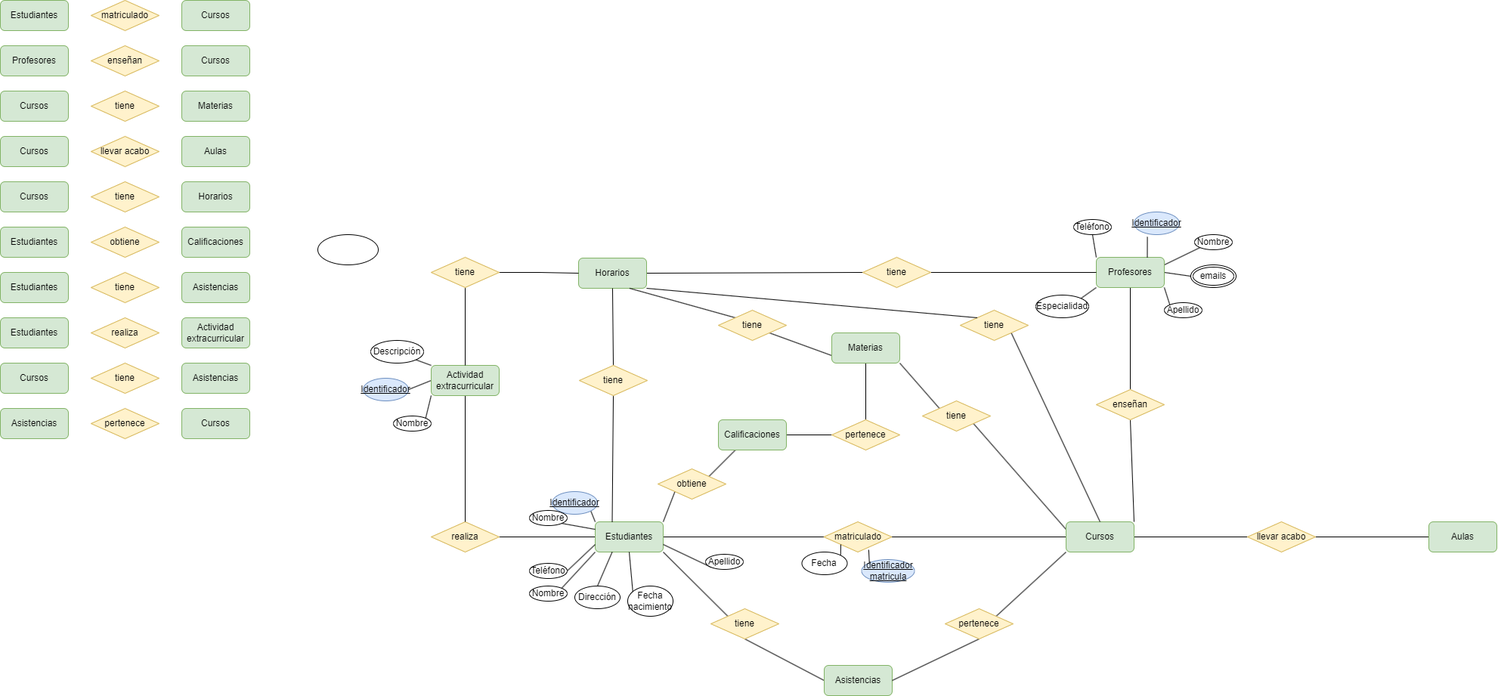
Above: Unidad-1/Tareas/Tareas-evaluables/Tarea-evaluable-1/Ejercicio-evaluable-1.drawio.png in LuisMGlez/base-datos (draw.io), before the change. Source tidied: cells renumbered, new cells last; positions are measured from the earlier drawing's top-left corner, leaving out a move shared by most shapes.
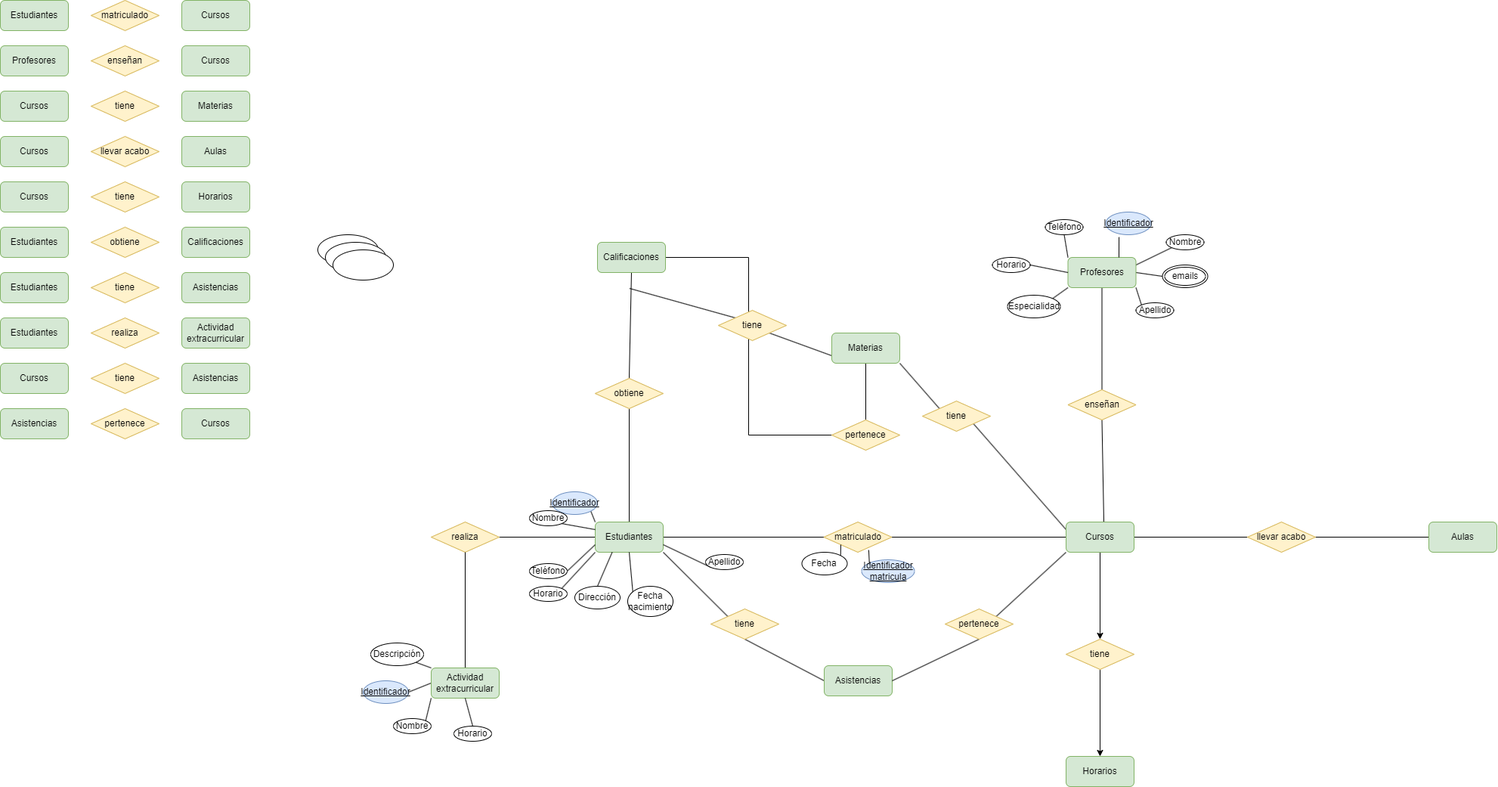
Above is the later version.

Diff of the diagram source:
```diff
@@ -92,7 +92,7 @@
     <mxCell id="31" style="edgeStyle=orthogonalEdgeStyle;rounded=0;jettySize=auto;html=1;exitX=0;exitY=0.5;exitDx=0;exitDy=0;entryX=1;entryY=0.5;entryDx=0;entryDy=0;endArrow=none;endFill=0;" parent="1" edge="1" source="33" target="68">
       <mxGeometry relative="1" as="geometry" />
     </mxCell>
-    <mxCell id="32" style="rounded=0;jettySize=auto;html=1;exitX=1;exitY=0;exitDx=0;exitDy=0;entryX=0;entryY=1;entryDx=0;entryDy=0;endArrow=none;endFill=0;" parent="1" edge="1" source="33" target="57">
+    <mxCell id="32" style="rounded=0;jettySize=auto;html=1;entryX=0.5;entryY=1;entryDx=0;entryDy=0;endArrow=none;endFill=0;exitX=0.5;exitY=0;exitDx=0;exitDy=0;" parent="1" edge="1" source="33" target="57">
       <mxGeometry relative="1" as="geometry" />
     </mxCell>
     <mxCell id="33" value="Estudiantes" style="rounded=1;whiteSpace=wrap;html=1;fillColor=#d5e8d4;strokeColor=#82b366;" parent="1" vertex="1">
@@ -107,12 +107,17 @@
     <mxCell id="36" style="edgeStyle=orthogonalEdgeStyle;rounded=0;jettySize=auto;html=1;exitX=1;exitY=0.5;exitDx=0;exitDy=0;entryX=0;entryY=0.5;entryDx=0;entryDy=0;endArrow=none;endFill=0;" parent="1" edge="1" source="39" target="49">
       <mxGeometry relative="1" as="geometry" />
     </mxCell>
-    <mxCell id="37" style="rounded=0;jettySize=auto;html=1;exitX=1;exitY=0;exitDx=0;exitDy=0;entryX=0.5;entryY=1;entryDx=0;entryDy=0;endArrow=none;endFill=0;" parent="1" edge="1" source="39" target="47">
-      <mxGeometry relative="1" as="geometry" />
+    <mxCell id="37" style="rounded=0;jettySize=auto;html=1;entryX=0.5;entryY=1;entryDx=0;entryDy=0;endArrow=none;endFill=0;" parent="1" edge="1" target="47">
+      <mxGeometry relative="1" as="geometry">
+        <mxPoint x="1460" y="690" as="sourcePoint" />
+      </mxGeometry>
     </mxCell>
     <mxCell id="38" style="rounded=0;jettySize=auto;html=1;exitX=0;exitY=0.25;exitDx=0;exitDy=0;entryX=1;entryY=1;entryDx=0;entryDy=0;endArrow=none;endFill=0;" parent="1" edge="1" source="39" target="111">
       <mxGeometry relative="1" as="geometry" />
     </mxCell>
+    <mxCell id="120" style="edgeStyle=orthogonalEdgeStyle;rounded=0;jettySize=auto;html=1;exitX=0.5;exitY=1;exitDx=0;exitDy=0;entryX=0.5;entryY=0;entryDx=0;entryDy=0;" parent="1" edge="1" source="39" target="126">
+      <mxGeometry relative="1" as="geometry" />
+    </mxCell>
     <mxCell id="39" value="Cursos" style="rounded=1;whiteSpace=wrap;html=1;fillColor=#d5e8d4;strokeColor=#82b366;" parent="1" vertex="1">
       <mxGeometry x="1410" y="690" width="90" height="40" as="geometry" />
     </mxCell>
@@ -135,10 +140,10 @@
       <mxGeometry relative="1" as="geometry" />
     </mxCell>
     <mxCell id="46" value="Profesores" style="rounded=1;whiteSpace=wrap;html=1;fillColor=#d5e8d4;strokeColor=#82b366;" parent="1" vertex="1">
-      <mxGeometry x="1450" y="340" width="90" height="40" as="geometry" />
+      <mxGeometry x="1412.5" y="340" width="90" height="40" as="geometry" />
     </mxCell>
     <mxCell id="47" value="enseñan" style="rhombus;whiteSpace=wrap;html=1;fillColor=#fff2cc;strokeColor=#d6b656;" parent="1" vertex="1">
-      <mxGeometry x="1450" y="515" width="90" height="40" as="geometry" />
+      <mxGeometry x="1412.5" y="515" width="90" height="40" as="geometry" />
     </mxCell>
     <mxCell id="48" style="edgeStyle=orthogonalEdgeStyle;rounded=0;jettySize=auto;html=1;exitX=1;exitY=0.5;exitDx=0;exitDy=0;entryX=0;entryY=0.5;entryDx=0;entryDy=0;endArrow=none;endFill=0;" parent="1" edge="1" source="49" target="50">
       <mxGeometry relative="1" as="geometry" />
@@ -149,32 +154,17 @@
     <mxCell id="50" value="Aulas" style="rounded=1;whiteSpace=wrap;html=1;fillColor=#d5e8d4;strokeColor=#82b366;" parent="1" vertex="1">
       <mxGeometry x="1890" y="690" width="90" height="40" as="geometry" />
     </mxCell>
-    <mxCell id="51" style="rounded=0;jettySize=auto;html=1;exitX=1;exitY=1;exitDx=0;exitDy=0;entryX=0.5;entryY=0;entryDx=0;entryDy=0;endArrow=none;endFill=0;" parent="1" edge="1" source="52" target="39">
-      <mxGeometry relative="1" as="geometry" />
-    </mxCell>
-    <mxCell id="52" value="tiene" style="rhombus;whiteSpace=wrap;html=1;fillColor=#fff2cc;strokeColor=#d6b656;" parent="1" vertex="1">
-      <mxGeometry x="1270" y="410" width="90" height="40" as="geometry" />
-    </mxCell>
-    <mxCell id="53" style="rounded=0;jettySize=auto;html=1;exitX=1;exitY=1;exitDx=0;exitDy=0;entryX=0;entryY=0;entryDx=0;entryDy=0;endArrow=none;endFill=0;" parent="1" edge="1" source="55" target="52">
-      <mxGeometry relative="1" as="geometry" />
-    </mxCell>
-    <mxCell id="54" style="rounded=0;jettySize=auto;html=1;exitX=1;exitY=0.5;exitDx=0;exitDy=0;entryX=0;entryY=0.5;entryDx=0;entryDy=0;endArrow=none;endFill=0;" parent="1" edge="1" source="55" target="99">
-      <mxGeometry relative="1" as="geometry" />
-    </mxCell>
-    <mxCell id="55" value="Horarios" style="rounded=1;whiteSpace=wrap;html=1;fillColor=#d5e8d4;strokeColor=#82b366;" parent="1" vertex="1">
-      <mxGeometry x="765" y="341" width="90" height="40" as="geometry" />
-    </mxCell>
-    <mxCell id="56" style="rounded=0;jettySize=auto;html=1;exitX=1;exitY=0;exitDx=0;exitDy=0;entryX=0.25;entryY=1;entryDx=0;entryDy=0;endArrow=none;endFill=0;" parent="1" edge="1" source="57" target="59">
+    <mxCell id="56" style="rounded=0;jettySize=auto;html=1;exitX=0.5;exitY=0;exitDx=0;exitDy=0;entryX=0.5;entryY=1;entryDx=0;entryDy=0;endArrow=none;endFill=0;" parent="1" edge="1" source="57" target="59">
       <mxGeometry relative="1" as="geometry" />
     </mxCell>
     <mxCell id="57" value="obtiene" style="rhombus;whiteSpace=wrap;html=1;fillColor=#fff2cc;strokeColor=#d6b656;" parent="1" vertex="1">
-      <mxGeometry x="870" y="620" width="90" height="40" as="geometry" />
+      <mxGeometry x="787" y="500" width="90" height="40" as="geometry" />
     </mxCell>
     <mxCell id="58" style="edgeStyle=orthogonalEdgeStyle;rounded=0;jettySize=auto;html=1;exitX=1;exitY=0.5;exitDx=0;exitDy=0;entryX=0;entryY=0.5;entryDx=0;entryDy=0;endArrow=none;endFill=0;" parent="1" edge="1" source="59" target="67">
       <mxGeometry relative="1" as="geometry" />
     </mxCell>
     <mxCell id="59" value="Calificaciones" style="rounded=1;whiteSpace=wrap;html=1;fillColor=#d5e8d4;strokeColor=#82b366;" parent="1" vertex="1">
-      <mxGeometry x="950" y="555" width="90" height="40" as="geometry" />
+      <mxGeometry x="790" y="320" width="90" height="40" as="geometry" />
     </mxCell>
     <mxCell id="60" style="rounded=0;jettySize=auto;html=1;exitX=0.5;exitY=1;exitDx=0;exitDy=0;entryX=0;entryY=0.5;entryDx=0;entryDy=0;endArrow=none;endFill=0;" parent="1" edge="1" source="61" target="62">
       <mxGeometry relative="1" as="geometry" />
@@ -203,10 +193,7 @@
     <mxCell id="68" value="realiza" style="rhombus;whiteSpace=wrap;html=1;fillColor=#fff2cc;strokeColor=#d6b656;" parent="1" vertex="1">
       <mxGeometry x="570" y="690" width="90" height="40" as="geometry" />
     </mxCell>
-    <mxCell id="69" style="edgeStyle=orthogonalEdgeStyle;rounded=0;jettySize=auto;html=1;exitX=1;exitY=0.5;exitDx=0;exitDy=0;entryX=0;entryY=0.5;entryDx=0;entryDy=0;endArrow=none;endFill=0;" parent="1" edge="1" source="117" target="55">
-      <mxGeometry relative="1" as="geometry" />
-    </mxCell>
-    <mxCell id="70" style="edgeStyle=orthogonalEdgeStyle;rounded=0;jettySize=auto;html=1;exitX=0.5;exitY=1;exitDx=0;exitDy=0;entryX=0.5;entryY=0;entryDx=0;entryDy=0;endArrow=none;endFill=0;" parent="1" edge="1" source="74" target="68">
+    <mxCell id="70" style="edgeStyle=orthogonalEdgeStyle;rounded=0;jettySize=auto;html=1;exitX=0.5;exitY=0;exitDx=0;exitDy=0;entryX=0.5;entryY=1;entryDx=0;entryDy=0;endArrow=none;endFill=0;" parent="1" edge="1" source="74" target="68">
       <mxGeometry relative="1" as="geometry" />
     </mxCell>
     <mxCell id="71" style="rounded=0;jettySize=auto;html=1;exitX=0;exitY=0;exitDx=0;exitDy=0;entryX=1;entryY=1;entryDx=0;entryDy=0;endArrow=none;endFill=0;" parent="1" edge="1" source="74" target="79">
@@ -219,7 +206,7 @@
       <mxGeometry relative="1" as="geometry" />
     </mxCell>
     <mxCell id="74" value="Actividad extracurricular" style="rounded=1;whiteSpace=wrap;html=1;fillColor=#d5e8d4;strokeColor=#82b366;" parent="1" vertex="1">
-      <mxGeometry x="570" y="483" width="90" height="40" as="geometry" />
+      <mxGeometry x="570" y="883" width="90" height="40" as="geometry" />
     </mxCell>
     <mxCell id="75" value="Asistencias" style="rounded=1;whiteSpace=wrap;html=1;fillColor=#d5e8d4;strokeColor=#82b366;" parent="1" vertex="1">
       <mxGeometry y="540" width="90" height="40" as="geometry" />
@@ -234,10 +221,10 @@
       <mxGeometry x="420" y="310" width="80" height="40" as="geometry" />
     </mxCell>
     <mxCell id="79" value="Descripción" style="ellipse;whiteSpace=wrap;html=1;" parent="1" vertex="1">
-      <mxGeometry x="490" y="450" width="70" height="30" as="geometry" />
+      <mxGeometry x="490" y="850" width="70" height="30" as="geometry" />
     </mxCell>
     <mxCell id="80" value="Especialidad" style="ellipse;whiteSpace=wrap;html=1;" parent="1" vertex="1">
-      <mxGeometry x="1370" y="390" width="70" height="30" as="geometry" />
+      <mxGeometry x="1332.5" y="390" width="70" height="30" as="geometry" />
     </mxCell>
     <mxCell id="81" style="edgeStyle=orthogonalEdgeStyle;rounded=0;jettySize=auto;html=1;exitX=1;exitY=0;exitDx=0;exitDy=0;entryX=0;entryY=1;entryDx=0;entryDy=0;endArrow=none;endFill=0;" parent="1" edge="1" source="82" target="35">
       <mxGeometry relative="1" as="geometry" />
@@ -269,33 +256,15 @@
     <mxCell id="90" value="Apellido" style="ellipse;whiteSpace=wrap;html=1;" parent="1" vertex="1">
       <mxGeometry x="933" y="733" width="50" height="20" as="geometry" />
     </mxCell>
-    <mxCell id="91" style="rounded=0;jettySize=auto;html=1;exitX=1;exitY=0;exitDx=0;exitDy=0;entryX=0;entryY=1;entryDx=0;entryDy=0;endArrow=none;endFill=0;" parent="1" edge="1" source="92" target="33">
+    <mxCell id="91" style="rounded=0;jettySize=auto;html=1;exitX=1;exitY=0;exitDx=0;exitDy=0;entryX=0;entryY=1;entryDx=0;entryDy=0;endArrow=none;endFill=0;" parent="1" edge="1" source="129" target="33">
       <mxGeometry relative="1" as="geometry" />
     </mxCell>
-    <mxCell id="92" value="Nombre" style="ellipse;whiteSpace=wrap;html=1;" parent="1" vertex="1">
-      <mxGeometry x="700" y="775" width="50" height="20" as="geometry" />
-    </mxCell>
     <mxCell id="93" style="rounded=0;jettySize=auto;html=1;exitX=1;exitY=1;exitDx=0;exitDy=0;entryX=0;entryY=0;entryDx=0;entryDy=0;endArrow=none;endFill=0;" parent="1" edge="1" source="94" target="33">
       <mxGeometry relative="1" as="geometry" />
     </mxCell>
     <mxCell id="94" value="&lt;u&gt;Identificador&lt;/u&gt;" style="ellipse;whiteSpace=wrap;html=1;fillColor=#dae8fc;strokeColor=#6c8ebf;" parent="1" vertex="1">
       <mxGeometry x="730" y="650" width="60" height="30" as="geometry" />
     </mxCell>
-    <mxCell id="95" style="rounded=0;jettySize=auto;html=1;exitX=0.5;exitY=1;exitDx=0;exitDy=0;entryX=0.25;entryY=0;entryDx=0;entryDy=0;endArrow=none;endFill=0;" parent="1" edge="1" source="97" target="33">
-      <mxGeometry relative="1" as="geometry" />
-    </mxCell>
-    <mxCell id="96" style="rounded=0;jettySize=auto;html=1;exitX=0.5;exitY=0;exitDx=0;exitDy=0;entryX=0.5;entryY=1;entryDx=0;entryDy=0;endArrow=none;endFill=0;" parent="1" edge="1" source="97" target="55">
-      <mxGeometry relative="1" as="geometry" />
-    </mxCell>
-    <mxCell id="97" value="tiene" style="rhombus;whiteSpace=wrap;html=1;fillColor=#fff2cc;strokeColor=#d6b656;" parent="1" vertex="1">
-      <mxGeometry x="766" y="483" width="90" height="40" as="geometry" />
-    </mxCell>
-    <mxCell id="98" style="edgeStyle=orthogonalEdgeStyle;rounded=0;jettySize=auto;html=1;exitX=1;exitY=0.5;exitDx=0;exitDy=0;entryX=0;entryY=0.5;entryDx=0;entryDy=0;endArrow=none;endFill=0;" parent="1" edge="1" source="99" target="46">
-      <mxGeometry relative="1" as="geometry" />
-    </mxCell>
-    <mxCell id="99" value="tiene" style="rhombus;whiteSpace=wrap;html=1;fillColor=#fff2cc;strokeColor=#d6b656;" parent="1" vertex="1">
-      <mxGeometry x="1141" y="340" width="90" height="40" as="geometry" />
-    </mxCell>
     <mxCell id="100" value="&lt;u&gt;Identificador matricula&lt;/u&gt;" style="ellipse;whiteSpace=wrap;html=1;fillColor=#dae8fc;strokeColor=#6c8ebf;" parent="1" vertex="1">
       <mxGeometry x="1139.5" y="740" width="70" height="30" as="geometry" />
     </mxCell>
@@ -303,19 +272,19 @@
       <mxGeometry relative="1" as="geometry" />
     </mxCell>
     <mxCell id="102" value="&lt;u&gt;Identificador&lt;/u&gt;" style="ellipse;whiteSpace=wrap;html=1;fillColor=#dae8fc;strokeColor=#6c8ebf;" parent="1" vertex="1">
-      <mxGeometry x="1500" y="280" width="60" height="30" as="geometry" />
+      <mxGeometry x="1462.5" y="280" width="60" height="30" as="geometry" />
     </mxCell>
     <mxCell id="103" value="Nombre" style="ellipse;whiteSpace=wrap;html=1;" parent="1" vertex="1">
-      <mxGeometry x="1580" y="310" width="50" height="20" as="geometry" />
+      <mxGeometry x="1542.5" y="310" width="50" height="20" as="geometry" />
     </mxCell>
     <mxCell id="104" value="Apellido" style="ellipse;whiteSpace=wrap;html=1;" parent="1" vertex="1">
-      <mxGeometry x="1540" y="400" width="50" height="20" as="geometry" />
+      <mxGeometry x="1502.5" y="400" width="50" height="20" as="geometry" />
     </mxCell>
     <mxCell id="105" value="Teléfono" style="ellipse;whiteSpace=wrap;html=1;" parent="1" vertex="1">
-      <mxGeometry x="1420" y="290" width="50" height="20" as="geometry" />
+      <mxGeometry x="1382.5" y="290" width="50" height="20" as="geometry" />
     </mxCell>
     <mxCell id="106" value="emails" style="ellipse;shape=doubleEllipse;margin=3;whiteSpace=wrap;html=1;align=center;" parent="1" vertex="1">
-      <mxGeometry x="1575" y="350" width="60" height="30" as="geometry" />
+      <mxGeometry x="1537.5" y="350" width="60" height="30" as="geometry" />
     </mxCell>
     <mxCell id="107" style="rounded=0;jettySize=auto;html=1;exitX=0.75;exitY=0;exitDx=0;exitDy=0;entryX=0.293;entryY=1.105;entryDx=0;entryDy=0;entryPerimeter=0;endArrow=none;endFill=0;" parent="1" edge="1" source="46" target="102">
       <mxGeometry relative="1" as="geometry" />
@@ -338,23 +307,49 @@
     <mxCell id="113" value="Nombre" style="ellipse;whiteSpace=wrap;html=1;" parent="1" vertex="1">
       <mxGeometry x="700" y="675" width="50" height="20" as="geometry" />
     </mxCell>
-    <mxCell id="114" style="rounded=0;jettySize=auto;html=1;exitX=0;exitY=0;exitDx=0;exitDy=0;entryX=0.75;entryY=1;entryDx=0;entryDy=0;endArrow=none;endFill=0;" parent="1" edge="1" source="115" target="55">
-      <mxGeometry relative="1" as="geometry" />
+    <mxCell id="114" style="rounded=0;jettySize=auto;html=1;exitX=0;exitY=0;exitDx=0;exitDy=0;entryX=0.75;entryY=1;entryDx=0;entryDy=0;endArrow=none;endFill=0;" parent="1" edge="1" source="115">
+      <mxGeometry relative="1" as="geometry">
+        <mxPoint x="832.5" y="381" as="targetPoint" />
+      </mxGeometry>
     </mxCell>
     <mxCell id="115" value="tiene" style="rhombus;whiteSpace=wrap;html=1;fillColor=#fff2cc;strokeColor=#d6b656;" parent="1" vertex="1">
       <mxGeometry x="950" y="410" width="90" height="40" as="geometry" />
     </mxCell>
-    <mxCell id="116" style="edgeStyle=orthogonalEdgeStyle;rounded=0;jettySize=auto;html=1;exitX=0.5;exitY=0;exitDx=0;exitDy=0;entryX=0.5;entryY=1;entryDx=0;entryDy=0;endArrow=none;endFill=0;" parent="1" edge="1" source="74" target="117">
-      <mxGeometry relative="1" as="geometry" />
-    </mxCell>
-    <mxCell id="117" value="tiene" style="rhombus;whiteSpace=wrap;html=1;fillColor=#fff2cc;strokeColor=#d6b656;" parent="1" vertex="1">
-      <mxGeometry x="570" y="340" width="90" height="40" as="geometry" />
-    </mxCell>
     <mxCell id="118" value="&lt;u&gt;Identificador&lt;/u&gt;" style="ellipse;whiteSpace=wrap;html=1;fillColor=#dae8fc;strokeColor=#6c8ebf;" parent="1" vertex="1">
-      <mxGeometry x="480" y="500" width="60" height="30" as="geometry" />
+      <mxGeometry x="480" y="900" width="60" height="30" as="geometry" />
     </mxCell>
     <mxCell id="119" value="Nombre" style="ellipse;whiteSpace=wrap;html=1;" parent="1" vertex="1">
-      <mxGeometry x="520" y="550" width="50" height="20" as="geometry" />
+      <mxGeometry x="520" y="950" width="50" height="20" as="geometry" />
     </mxCell>
+    <mxCell id="121" style="ellipse;whiteSpace=wrap;html=1;" parent="1" vertex="1">
+      <mxGeometry x="430" y="320" width="80" height="40" as="geometry" />
+    </mxCell>
+    <mxCell id="122" style="ellipse;whiteSpace=wrap;html=1;" parent="1" vertex="1">
+      <mxGeometry x="440" y="330" width="80" height="40" as="geometry" />
+    </mxCell>
+    <mxCell id="123" style="rounded=0;jettySize=auto;html=1;exitX=0.5;exitY=0;exitDx=0;exitDy=0;entryX=0.5;entryY=1;entryDx=0;entryDy=0;endArrow=none;endFill=0;" parent="1" edge="1" source="124" target="74">
+      <mxGeometry relative="1" as="geometry" />
+    </mxCell>
+    <mxCell id="124" value="Horario" style="ellipse;whiteSpace=wrap;html=1;" parent="1" vertex="1">
+      <mxGeometry x="600" y="960" width="50" height="20" as="geometry" />
+    </mxCell>
+    <mxCell id="55" value="Horarios" style="rounded=1;whiteSpace=wrap;html=1;fillColor=#d5e8d4;strokeColor=#82b366;" parent="1" vertex="1">
+      <mxGeometry x="1410" y="1000" width="90" height="40" as="geometry" />
+    </mxCell>
+    <mxCell id="125" style="edgeStyle=orthogonalEdgeStyle;rounded=0;jettySize=auto;html=1;exitX=0.5;exitY=1;exitDx=0;exitDy=0;entryX=0.5;entryY=0;entryDx=0;entryDy=0;" parent="1" edge="1" source="126" target="55">
+      <mxGeometry relative="1" as="geometry" />
+    </mxCell>
+    <mxCell id="126" value="tiene" style="rhombus;whiteSpace=wrap;html=1;fillColor=#fff2cc;strokeColor=#d6b656;" parent="1" vertex="1">
+      <mxGeometry x="1410" y="845" width="90" height="40" as="geometry" />
+    </mxCell>
+    <mxCell id="127" style="rounded=0;jettySize=auto;html=1;exitX=1;exitY=0.5;exitDx=0;exitDy=0;entryX=0;entryY=0.5;entryDx=0;entryDy=0;endArrow=none;endFill=0;" parent="1" edge="1" source="128" target="46">
+      <mxGeometry relative="1" as="geometry" />
+    </mxCell>
+    <mxCell id="128" value="Horario" style="ellipse;whiteSpace=wrap;html=1;" parent="1" vertex="1">
+      <mxGeometry x="1312.5" y="340" width="50" height="20" as="geometry" />
+    </mxCell>
+    <mxCell id="129" value="Horario" style="ellipse;whiteSpace=wrap;html=1;" parent="1" vertex="1">
+      <mxGeometry x="700" y="775" width="50" height="20" as="geometry" />
+    </mxCell>
   </root>
 </mxGraphModel>
```
